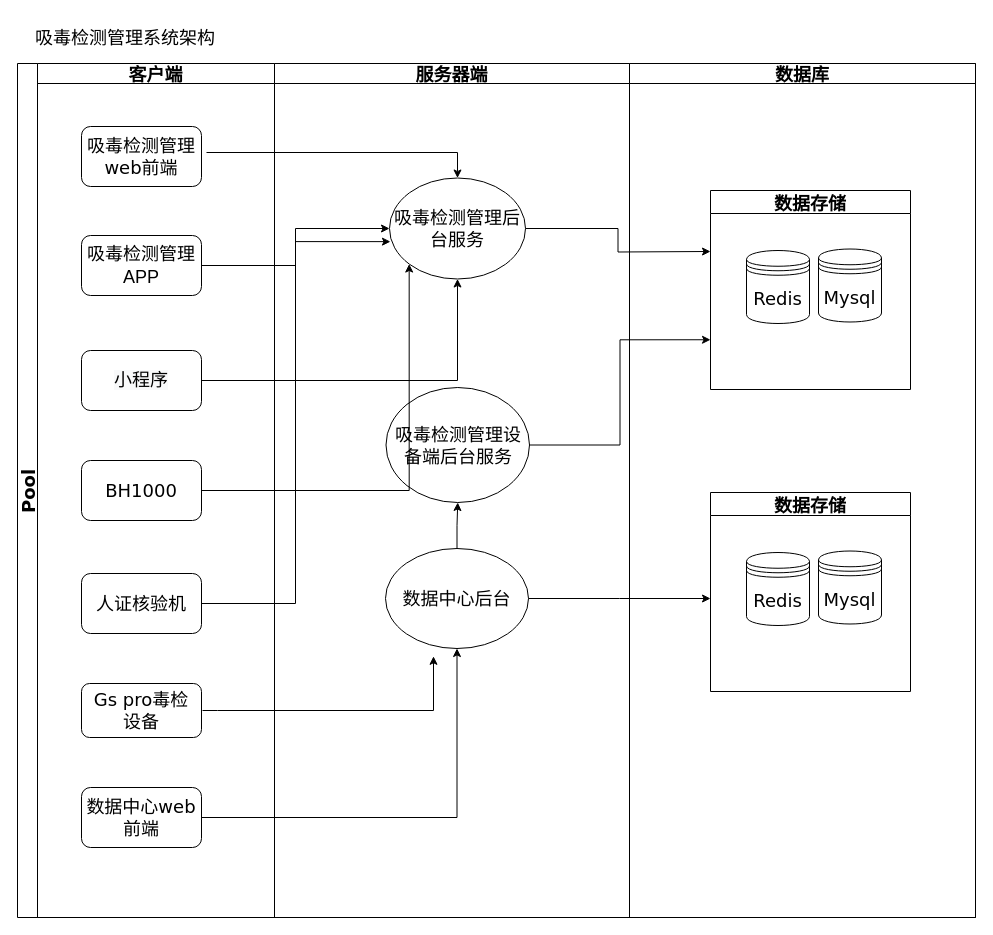
Before: page "吸毒检测管理系统架构2" (5 of 5) of 未命名绘图.drawio in lliecho/test, a draw.io diagram. Source tidied: cells renumbered, new cells numbered last; positions are measured from the earlier drawing's top-left corner, leaving out a move shared by most shapes. Both pictures are drawn from the tidied source at 100%, with x=0, y=0 at pixel (17, 17).
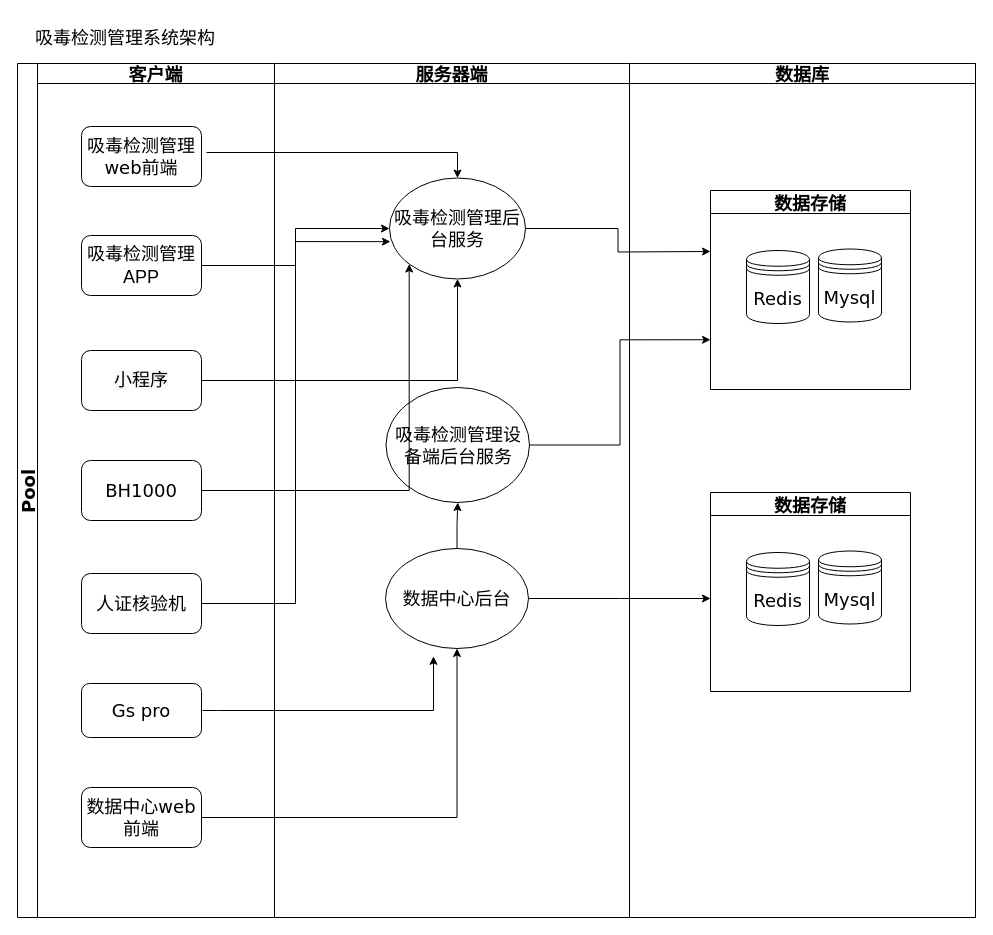
The same diagram, later.

Unchanged cells that the change refers to:
```xml
<mxCell id="3" value="客户端" style="swimlane;startSize=20;fontFamily=Verdana;fontSize=18;" parent="2" vertex="1">
  <mxGeometry x="20" width="237" height="854" as="geometry" />
</mxCell>
```

Diff of the diagram source:
```diff
@@
-    <mxCell id="9" value="Gs pro毒检&lt;br&gt;设备" style="rounded=1;whiteSpace=wrap;html=1;fontFamily=Verdana;fontSize=18;" parent="3" vertex="1">
+    <mxCell id="9" value="Gs pro" style="rounded=1;whiteSpace=wrap;html=1;fontFamily=Verdana;fontSize=18;" parent="3" vertex="1">
       <mxGeometry x="44" y="620" width="120" height="54" as="geometry" />
     </mxCell>
```
